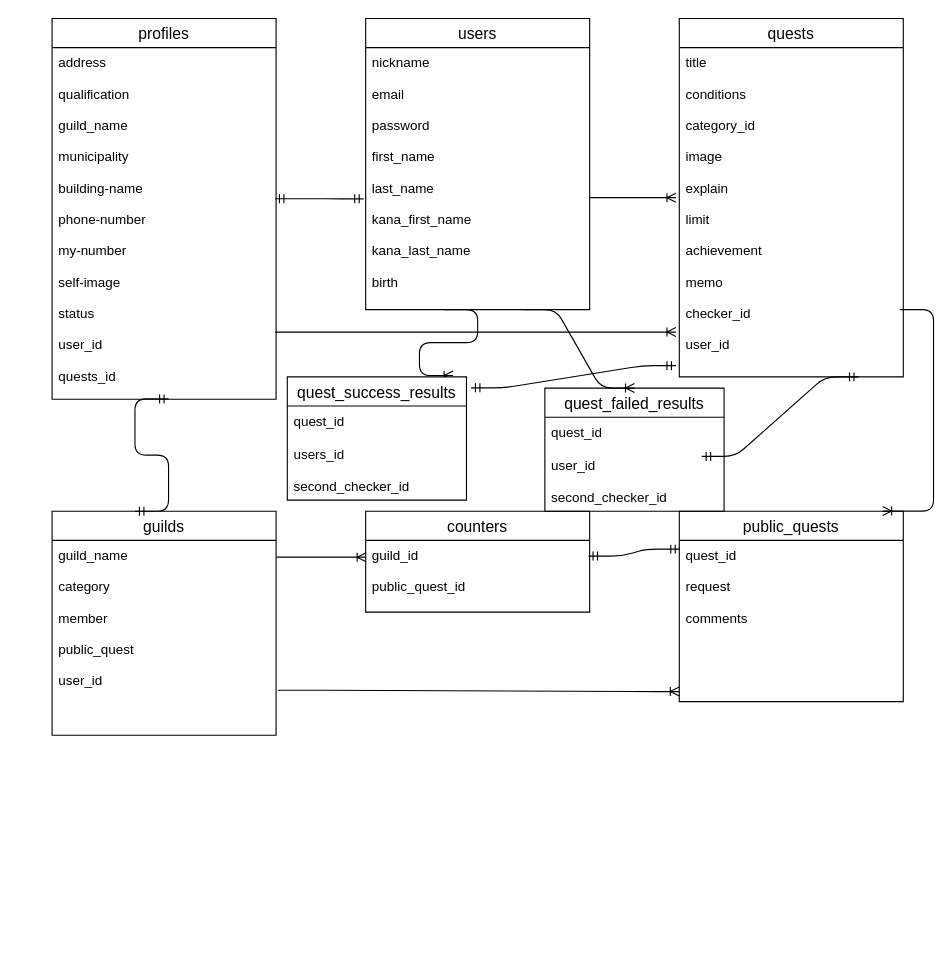
Before: ER.dio in Satota2048/quest_app, a draw.io diagram. Source tidied: cells renumbered, new cells numbered last; positions are measured from the earlier drawing's top-left corner, leaving out a move shared by most shapes. Both pictures are drawn from the tidied source at 112%, with x=0, y=0 at pixel (52, 18).
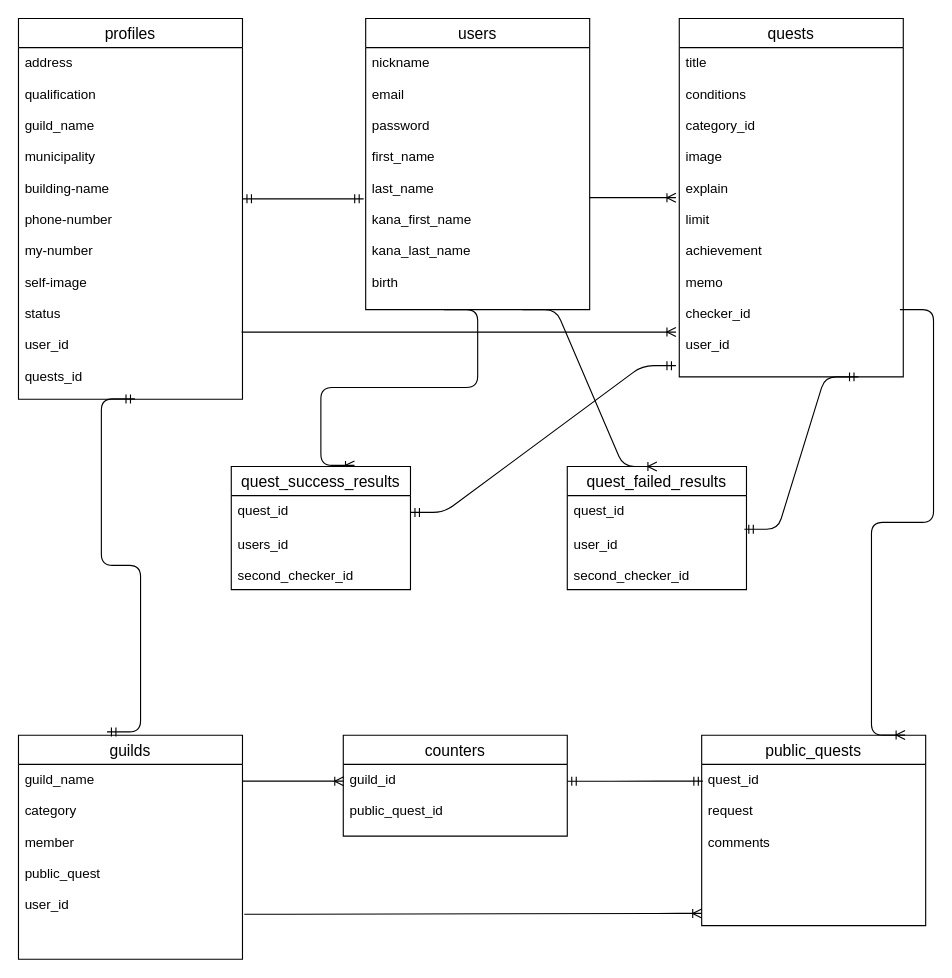
The same diagram, later.

The change refers to these unchanged cells:
```xml
<mxCell id="2" value="users" style="swimlane;fontStyle=0;horizontal=1;startSize=26;align=center;fontSize=14;" parent="1" vertex="1">
  <mxGeometry x="280" width="200" height="260" as="geometry" />
</mxCell>
<mxCell id="3" value="nickname&#10;&#10;email&#10;&#10;password&#10;&#10;first_name&#10;&#10;last_name&#10;&#10;kana_first_name&#10;&#10;kana_last_name&#10;&#10;birth&#10;&#10;" style="text;strokeColor=none;fillColor=none;spacingLeft=4;spacingRight=4;overflow=hidden;points=[[0,0.5],[1,0.5]];portConstraint=eastwest;fontSize=12;" parent="2" vertex="1">
  <mxGeometry y="26" width="200" height="234" as="geometry" />
</mxCell>
<mxCell id="6" value="title&#10;&#10;conditions&#10;&#10;category_id&#10;&#10;image&#10;&#10;explain&#10;&#10;limit&#10;&#10;achievement&#10;&#10;memo&#10;&#10;checker_id&#10;&#10;user_id" style="text;strokeColor=none;fillColor=none;spacingLeft=4;spacingRight=4;overflow=hidden;points=[[0,0.5],[1,0.5]];portConstraint=eastwest;fontSize=12;" parent="5" vertex="1">
  <mxGeometry y="26" width="200" height="294" as="geometry" />
</mxCell>
<mxCell id="8" value="guild_name&#10;&#10;category&#10;&#10;member&#10;&#10;public_quest&#10;&#10;user_id" style="text;strokeColor=none;fillColor=none;spacingLeft=4;spacingRight=4;overflow=hidden;points=[[0,0.5],[1,0.5]];portConstraint=eastwest;fontSize=12;" parent="7" vertex="1">
  <mxGeometry y="26" width="200" height="174" as="geometry" />
</mxCell>
<mxCell id="10" value="address&#10;&#10;qualification&#10;&#10;guild_name&#10;&#10;municipality&#10;&#10;building-name&#10;&#10;phone-number&#10;&#10;my-number&#10;&#10;self-image&#10;&#10;status&#10;&#10;user_id&#10;&#10;quests_id" style="text;strokeColor=none;fillColor=none;spacingLeft=4;spacingRight=4;overflow=hidden;points=[[0,0.5],[1,0.5]];portConstraint=eastwest;fontSize=12;" parent="9" vertex="1">
  <mxGeometry y="26" width="200" height="314" as="geometry" />
</mxCell>
<mxCell id="12" value="quest_id&#10;&#10;request&#10;&#10;comments" style="text;strokeColor=none;fillColor=none;spacingLeft=4;spacingRight=4;overflow=hidden;points=[[0,0.5],[1,0.5]];portConstraint=eastwest;fontSize=12;" parent="11" vertex="1">
  <mxGeometry y="26" width="200" height="144" as="geometry" />
</mxCell>
<mxCell id="24" value="quest_id" style="text;strokeColor=none;fillColor=none;spacingLeft=4;spacingRight=4;overflow=hidden;points=[[0,0.5],[1,0.5]];portConstraint=eastwest;fontSize=12;" parent="23" vertex="1">
  <mxGeometry y="26" width="160" height="30" as="geometry" />
</mxCell>
<mxCell id="29" value="user_id&#10;&#10;second_checker_id" style="text;strokeColor=none;fillColor=none;spacingLeft=4;spacingRight=4;overflow=hidden;points=[[0,0.5],[1,0.5]];portConstraint=eastwest;fontSize=12;" parent="27" vertex="1">
  <mxGeometry y="56" width="160" height="54" as="geometry" />
</mxCell>
```

The edit, as a diff of the source:
```diff
@@
-    <mxCell id="4" style="edgeStyle=entityRelationEdgeStyle;fontSize=12;html=1;endArrow=ERoneToMany;entryX=0.925;entryY=-0.011;entryDx=0;entryDy=0;entryPerimeter=0;" parent="2" edge="1" target="23">
+    <mxCell id="4" style="edgeStyle=entityRelationEdgeStyle;fontSize=12;html=1;endArrow=ERoneToMany;" parent="2" edge="1">
       <mxGeometry relative="1" as="geometry">
         <mxPoint x="70" y="260" as="sourcePoint" />
+        <mxPoint x="-10" y="399" as="targetPoint" />
       </mxGeometry>
     </mxCell>
@@
     <mxCell id="7" value="guilds" style="swimlane;fontStyle=0;horizontal=1;startSize=26;align=center;fontSize=14;" parent="1" vertex="1">
-      <mxGeometry y="440" width="200" height="200" as="geometry" />
+      <mxGeometry x="-30" y="640" width="200" height="200" as="geometry" />
     </mxCell>
@@
     <mxCell id="9" value="profiles" style="swimlane;fontStyle=0;horizontal=1;startSize=26;align=center;fontSize=14;" parent="1" vertex="1">
-      <mxGeometry width="200" height="340" as="geometry" />
+      <mxGeometry x="-30" width="200" height="340" as="geometry" />
     </mxCell>
@@
     <mxCell id="11" value="public_quests" style="swimlane;fontStyle=0;horizontal=1;startSize=26;align=center;fontSize=14;" parent="1" vertex="1">
-      <mxGeometry x="560" y="440" width="200" height="170" as="geometry" />
+      <mxGeometry x="580" y="640" width="200" height="170" as="geometry" />
     </mxCell>
@@
     <mxCell id="14" value="counters" style="swimlane;fontStyle=0;horizontal=1;startSize=26;align=center;fontSize=14;" parent="1" vertex="1">
-      <mxGeometry x="280" y="440" width="200" height="90" as="geometry" />
+      <mxGeometry x="260" y="640" width="200" height="90" as="geometry" />
     </mxCell>
@@
-    <mxCell id="16" style="edgeStyle=entityRelationEdgeStyle;fontSize=12;html=1;endArrow=ERmandOne;startArrow=ERmandOne;entryX=-0.009;entryY=0.577;entryDx=0;entryDy=0;entryPerimeter=0;" parent="1" edge="1" target="3">
-      <mxGeometry relative="1" as="geometry">
-        <mxPoint x="199" y="161" as="sourcePoint" />
-      </mxGeometry>
+    <mxCell id="16" style="edgeStyle=entityRelationEdgeStyle;fontSize=12;html=1;endArrow=ERmandOne;startArrow=ERmandOne;entryX=-0.009;entryY=0.577;entryDx=0;entryDy=0;entryPerimeter=0;exitX=1;exitY=0.43;exitDx=0;exitDy=0;exitPerimeter=0;" parent="1" edge="1" source="10" target="3">
+      <mxGeometry relative="1" as="geometry" />
     </mxCell>
@@
-    <mxCell id="18" style="edgeStyle=entityRelationEdgeStyle;fontSize=12;html=1;endArrow=ERmandOne;startArrow=ERmandOne;entryX=0.52;entryY=0.999;entryDx=0;entryDy=0;entryPerimeter=0;" parent="1" edge="1" target="10">
-      <mxGeometry relative="1" as="geometry">
-        <mxPoint x="74" y="440" as="sourcePoint" />
-      </mxGeometry>
+    <mxCell id="18" style="edgeStyle=entityRelationEdgeStyle;fontSize=12;html=1;endArrow=ERmandOne;startArrow=ERmandOne;entryX=0.52;entryY=0.999;entryDx=0;entryDy=0;entryPerimeter=0;exitX=0.395;exitY=-0.015;exitDx=0;exitDy=0;exitPerimeter=0;" parent="1" edge="1" source="7" target="10">
+      <mxGeometry relative="1" as="geometry" />
     </mxCell>
@@
-    <mxCell id="20" style="edgeStyle=entityRelationEdgeStyle;fontSize=12;html=1;endArrow=ERmandOne;startArrow=ERmandOne;entryX=0.002;entryY=0.054;entryDx=0;entryDy=0;entryPerimeter=0;" parent="1" edge="1" target="12">
+    <mxCell id="20" style="edgeStyle=entityRelationEdgeStyle;fontSize=12;html=1;endArrow=ERmandOne;startArrow=ERmandOne;entryX=0.005;entryY=0.104;entryDx=0;entryDy=0;entryPerimeter=0;" parent="1" edge="1" target="12">
       <mxGeometry relative="1" as="geometry">
-        <mxPoint x="479" y="480" as="sourcePoint" />
+        <mxPoint x="460" y="681" as="sourcePoint" />
       </mxGeometry>
     </mxCell>
@@
-    <mxCell id="22" style="edgeStyle=entityRelationEdgeStyle;fontSize=12;html=1;endArrow=ERoneToMany;exitX=1.008;exitY=0.769;exitDx=0;exitDy=0;exitPerimeter=0;" parent="1" edge="1" source="8">
-      <mxGeometry relative="1" as="geometry">
-        <mxPoint x="560" y="601" as="targetPoint" />
-      </mxGeometry>
+    <mxCell id="22" style="edgeStyle=entityRelationEdgeStyle;fontSize=12;html=1;endArrow=ERoneToMany;exitX=1.008;exitY=0.769;exitDx=0;exitDy=0;exitPerimeter=0;entryX=0;entryY=0.924;entryDx=0;entryDy=0;entryPerimeter=0;" parent="1" edge="1" source="8" target="12">
+      <mxGeometry relative="1" as="geometry" />
     </mxCell>
     <mxCell id="23" value="quest_success_results" style="swimlane;fontStyle=0;horizontal=1;startSize=26;align=center;fontSize=14;" parent="1" vertex="1">
-      <mxGeometry x="210" y="320" width="160" height="110" as="geometry" />
+      <mxGeometry x="160" y="400" width="160" height="110" as="geometry" />
     </mxCell>
@@
-    <mxCell id="26" style="edgeStyle=entityRelationEdgeStyle;fontSize=12;html=1;endArrow=ERmandOne;startArrow=ERmandOne;entryX=-0.015;entryY=0.966;entryDx=0;entryDy=0;entryPerimeter=0;exitX=1.025;exitY=0.089;exitDx=0;exitDy=0;exitPerimeter=0;" parent="1" edge="1" source="23" target="6">
+    <mxCell id="26" style="edgeStyle=entityRelationEdgeStyle;fontSize=12;html=1;endArrow=ERmandOne;startArrow=ERmandOne;entryX=-0.015;entryY=0.966;entryDx=0;entryDy=0;entryPerimeter=0;" parent="1" edge="1" source="24" target="6">
       <mxGeometry relative="1" as="geometry" />
     </mxCell>
     <mxCell id="27" value="quest_failed_results" style="swimlane;fontStyle=0;horizontal=1;startSize=26;align=center;fontSize=14;" parent="1" vertex="1">
-      <mxGeometry x="440" y="330" width="160" height="110" as="geometry" />
+      <mxGeometry x="460" y="400" width="160" height="110" as="geometry" />
     </mxCell>
@@
-    <mxCell id="31" style="edgeStyle=entityRelationEdgeStyle;fontSize=12;html=1;endArrow=ERmandOne;startArrow=ERmandOne;" parent="1" edge="1">
+    <mxCell id="31" style="edgeStyle=entityRelationEdgeStyle;fontSize=12;html=1;endArrow=ERmandOne;startArrow=ERmandOne;exitX=0.988;exitY=0;exitDx=0;exitDy=0;exitPerimeter=0;" parent="1" edge="1" source="29">
       <mxGeometry relative="1" as="geometry">
-        <mxPoint x="580" y="391" as="sourcePoint" />
         <mxPoint x="720" y="320" as="targetPoint" />
       </mxGeometry>
     </mxCell>
```
